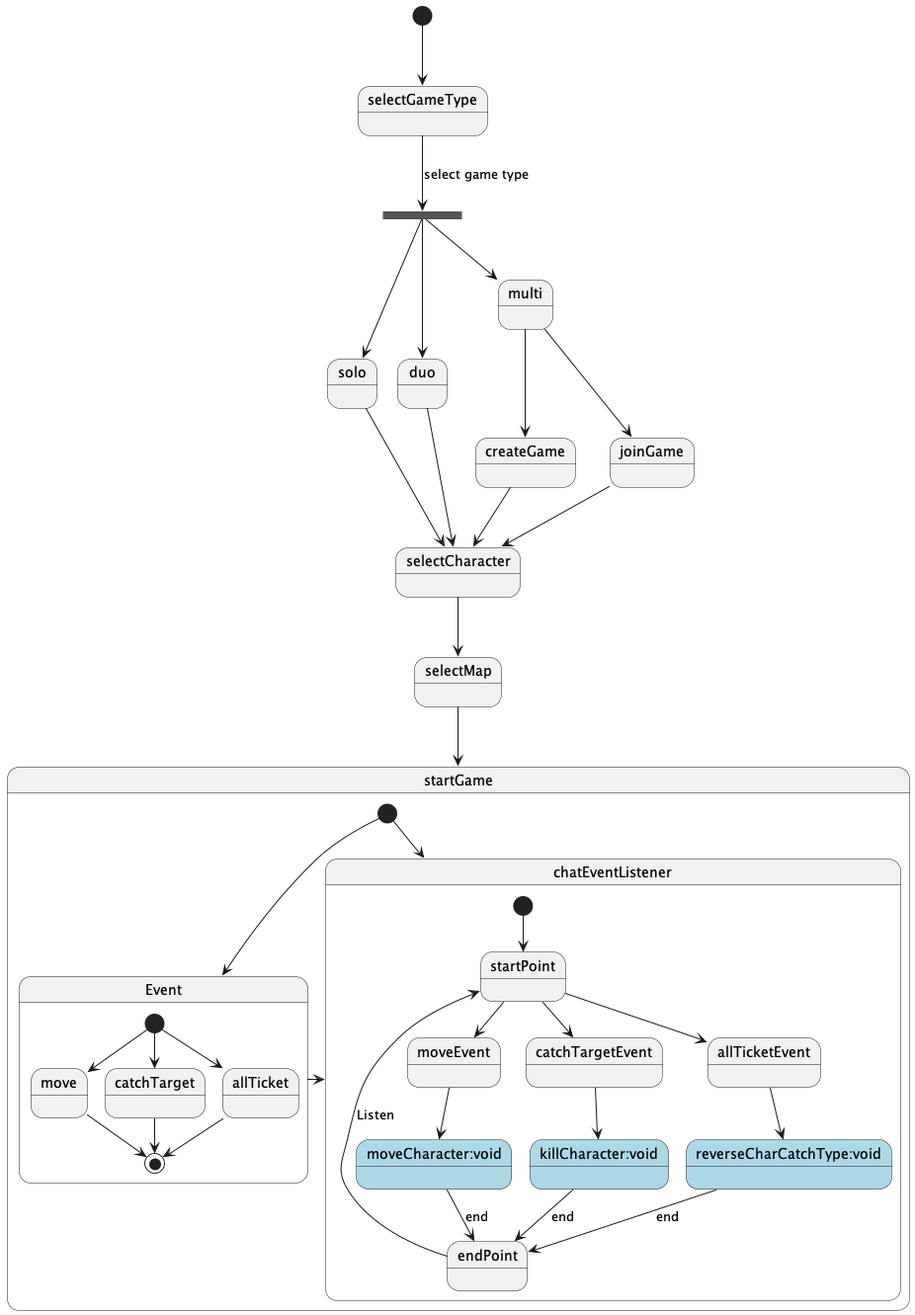
The PlantUML diagram doc/gameFlow.png in IMOGD/packy-front, before a commit. The source it was exported from:
```plantuml
@startuml

[*] --> selectGameType

state initGame<<fork>>
selectGameType --> initGame : select game type
initGame --> solo
initGame --> duo
initGame --> multi
multi --> createGame
multi --> joinGame
solo --> selectCharacter
duo --> selectCharacter

createGame --> selectCharacter
joinGame --> selectCharacter
selectCharacter --> selectMap
selectMap --> startGame


state startGame {
    [*] --> chatEventListener
    [*] --> Event
        state Event {
            [*] --> move
            [*] --> catchTarget
            [*] --> allTicket
            move --> [*]
            catchTarget --> [*]
            allTicket --> [*]
        }

    Event --right> chatEventListener

    state chatEventListener {
        [*] --> startPoint

        startPoint --> moveEvent
        startPoint --> catchTargetEvent
        startPoint --> allTicketEvent

        moveEvent --> moveCharacter:void
        catchTargetEvent --> killCharacter:void
        allTicketEvent --> reverseCharCatchType:void

        moveCharacter:void #lightblue--> endPoint :end
        killCharacter:void #lightblue--> endPoint :end
        reverseCharCatchType:void #lightblue--> endPoint :end

        endPoint -up> startPoint :Listen
    }

}


@enduml
```
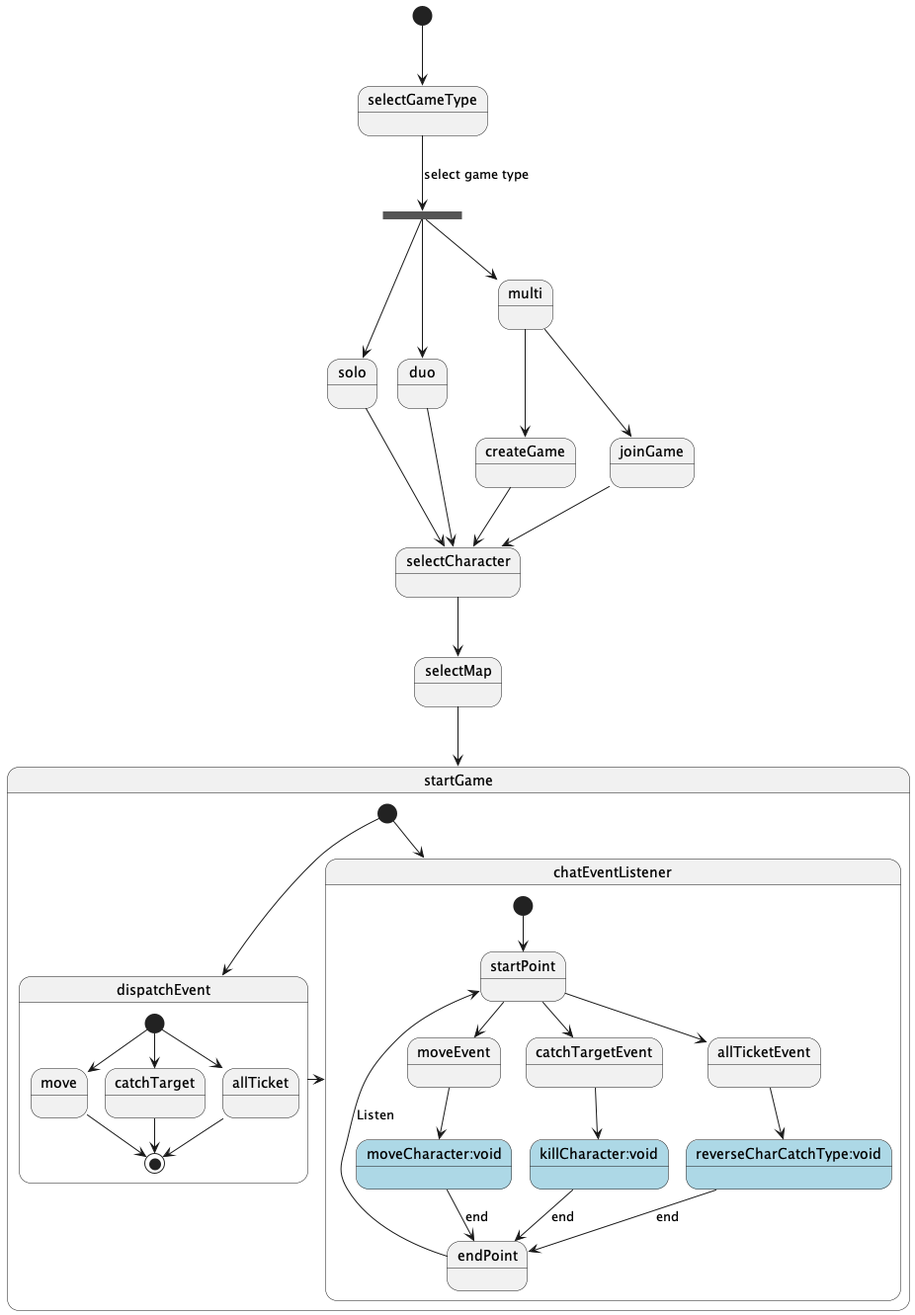
After the commit.

The edit, as a diff of the source:
```diff
@@ -20,8 +20,8 @@
 
 state startGame {
     [*] --> chatEventListener
-    [*] --> Event
-        state Event {
+    [*] --> dispatchEvent
+        state dispatchEvent {
             [*] --> move
             [*] --> catchTarget
             [*] --> allTicket
@@ -30,7 +30,7 @@
             allTicket --> [*]
         }
 
-    Event --right> chatEventListener
+    dispatchEvent --right> chatEventListener
 
     state chatEventListener {
         [*] --> startPoint
```
